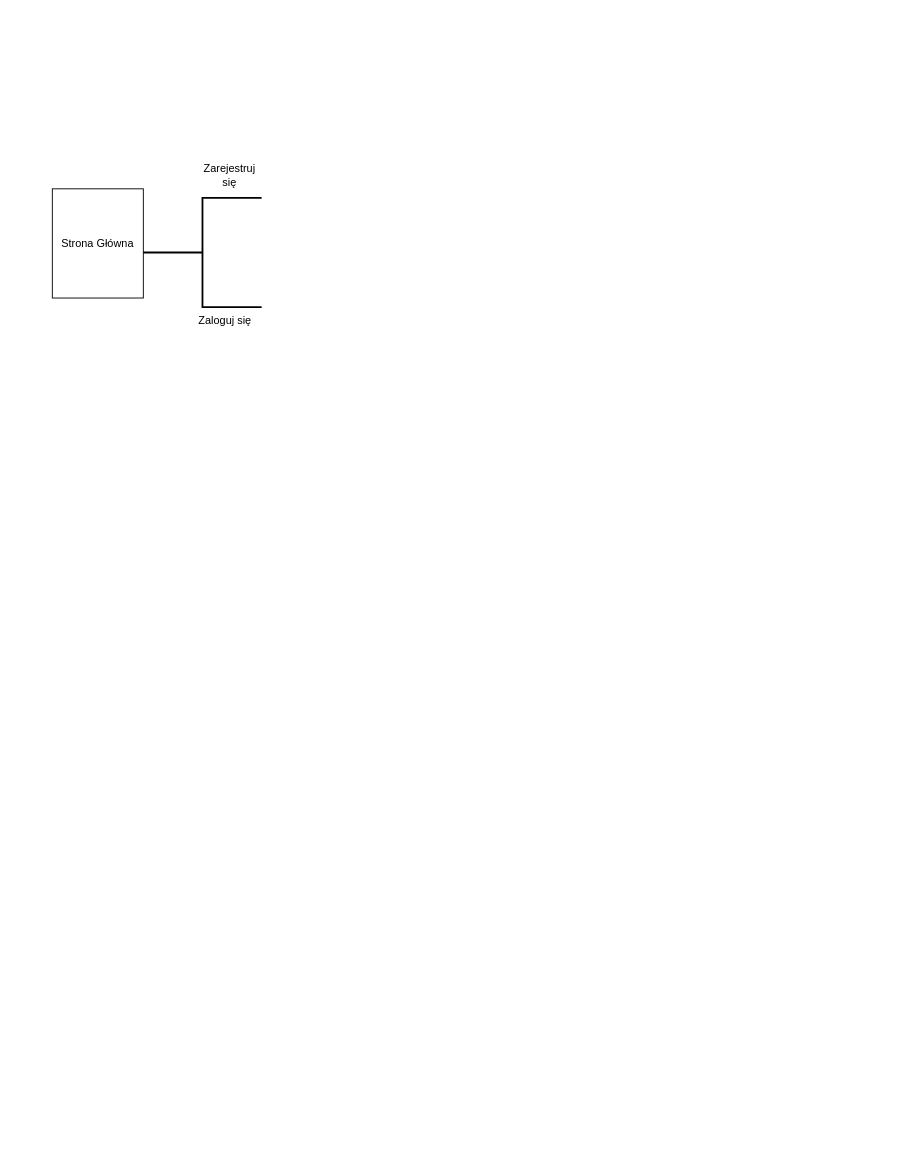
Above: Untitled Diagram.drawio in OskarTwarowski/drawioSport (draw.io), before the change. Source tidied: cells renumbered, new cells numbered last; positions are measured from the earlier drawing's top-left corner, leaving out a move shared by most shapes. Both pictures are drawn from the tidied source at 91%, with x=0, y=0 at pixel (52, 161).
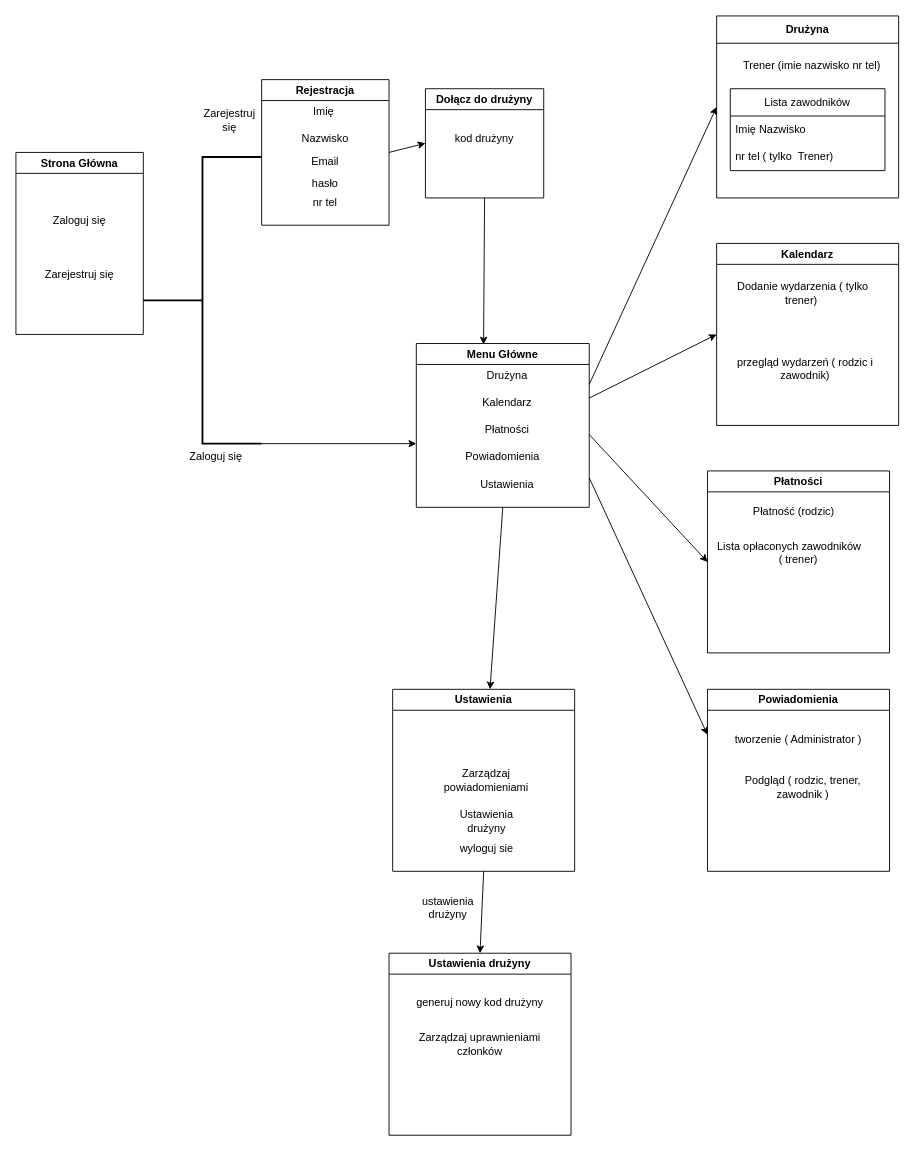
Above is the later version.

What changed in the source:
```diff
@@
-    <mxCell id="2" value="Strona Główna" style="rounded=0;whiteSpace=wrap;html=1;align=center;" parent="1" vertex="1">
-      <mxGeometry y="30" width="100" height="120" as="geometry" />
-    </mxCell>
     <mxCell id="3" style="strokeWidth=2;html=1;shape=mxgraph.flowchart.annotation_2;align=left;labelPosition=right;" parent="1" vertex="1">
-      <mxGeometry x="100" y="40" width="130" height="120" as="geometry" />
+      <mxGeometry x="100" y="-5" width="130" height="315" as="geometry" />
     </mxCell>
     <mxCell id="4" value="Zaloguj się" style="text;html=1;align=center;verticalAlign=middle;whiteSpace=wrap;rounded=0;" parent="1" vertex="1">
-      <mxGeometry x="150" y="160" width="80" height="30" as="geometry" />
+      <mxGeometry x="140" y="310" width="80" height="30" as="geometry" />
     </mxCell>
     <mxCell id="5" value="Zarejestruj się" style="text;html=1;align=center;verticalAlign=middle;whiteSpace=wrap;rounded=0;" parent="1" vertex="1">
-      <mxGeometry x="160" width="70" height="30" as="geometry" />
+      <mxGeometry x="160" y="-60" width="70" height="30" as="geometry" />
     </mxCell>
+    <mxCell id="2" value="Strona Główna" style="swimlane;whiteSpace=wrap;html=1;gradientColor=default;fillColor=none;rounded=0;labelBackgroundColor=none;" parent="1" vertex="1">
+      <mxGeometry x="-40" y="-10" width="140" height="200" as="geometry" />
+    </mxCell>
+    <mxCell id="6" value="Zaloguj się" style="text;html=1;align=center;verticalAlign=middle;whiteSpace=wrap;rounded=0;" parent="2" vertex="1">
+      <mxGeometry y="60" width="140" height="30" as="geometry" />
+    </mxCell>
+    <mxCell id="7" value="Zarejestruj się" style="text;html=1;align=center;verticalAlign=middle;whiteSpace=wrap;rounded=0;" parent="2" vertex="1">
+      <mxGeometry y="120" width="140" height="30" as="geometry" />
+    </mxCell>
+    <mxCell id="8" value="Rejestracja" style="swimlane;whiteSpace=wrap;html=1;" parent="1" vertex="1">
+      <mxGeometry x="230" y="-90" width="140" height="160" as="geometry" />
+    </mxCell>
+    <mxCell id="9" value="Imię&amp;nbsp;" style="text;html=1;align=center;verticalAlign=middle;whiteSpace=wrap;rounded=0;" parent="8" vertex="1">
+      <mxGeometry y="20" width="140" height="30" as="geometry" />
+    </mxCell>
+    <mxCell id="10" value="Nazwisko" style="text;html=1;align=center;verticalAlign=middle;whiteSpace=wrap;rounded=0;" parent="8" vertex="1">
+      <mxGeometry x="40" y="50" width="60" height="30" as="geometry" />
+    </mxCell>
+    <mxCell id="11" value="Email" style="text;html=1;align=center;verticalAlign=middle;whiteSpace=wrap;rounded=0;" parent="8" vertex="1">
+      <mxGeometry x="40" y="75" width="60" height="30" as="geometry" />
+    </mxCell>
+    <mxCell id="12" value="hasło" style="text;html=1;align=center;verticalAlign=middle;whiteSpace=wrap;rounded=0;" parent="8" vertex="1">
+      <mxGeometry x="40" y="100" width="60" height="30" as="geometry" />
+    </mxCell>
+    <mxCell id="13" value="nr tel" style="text;html=1;align=center;verticalAlign=middle;whiteSpace=wrap;rounded=0;" parent="8" vertex="1">
+      <mxGeometry x="35" y="120" width="70" height="30" as="geometry" />
+    </mxCell>
+    <mxCell id="14" value="Menu Główne" style="swimlane;whiteSpace=wrap;html=1;" parent="1" vertex="1">
+      <mxGeometry x="400" y="200" width="190" height="180" as="geometry" />
+    </mxCell>
+    <mxCell id="15" value="Drużyna" style="text;html=1;align=center;verticalAlign=middle;whiteSpace=wrap;rounded=0;" parent="14" vertex="1">
+      <mxGeometry x="30" y="20" width="140" height="30" as="geometry" />
+    </mxCell>
+    <mxCell id="16" value="Kalendarz" style="text;html=1;align=center;verticalAlign=middle;whiteSpace=wrap;rounded=0;" parent="14" vertex="1">
+      <mxGeometry x="30" y="50" width="140" height="30" as="geometry" />
+    </mxCell>
+    <mxCell id="17" value="Płatności" style="text;html=1;align=center;verticalAlign=middle;whiteSpace=wrap;rounded=0;" parent="14" vertex="1">
+      <mxGeometry x="40" y="80" width="120" height="30" as="geometry" />
+    </mxCell>
+    <mxCell id="18" value="Ustawienia" style="text;html=1;align=center;verticalAlign=middle;whiteSpace=wrap;rounded=0;" parent="14" vertex="1">
+      <mxGeometry x="10" y="140" width="180" height="30" as="geometry" />
+    </mxCell>
+    <mxCell id="19" value="Powiadomienia" style="text;html=1;align=center;verticalAlign=middle;whiteSpace=wrap;rounded=0;" parent="14" vertex="1">
+      <mxGeometry x="40" y="110" width="110" height="30" as="geometry" />
+    </mxCell>
+    <mxCell id="20" style="endArrow=classic;html=1;rounded=0;exitX=1;exitY=1;exitDx=0;exitDy=0;exitPerimeter=0;" parent="1" edge="1" source="3">
+      <mxGeometry relative="1" as="geometry">
+        <mxPoint x="400" y="310" as="targetPoint" />
+      </mxGeometry>
+    </mxCell>
+    <mxCell id="21" value="Dołącz do drużyny" style="swimlane;whiteSpace=wrap;html=1;" parent="1" vertex="1">
+      <mxGeometry x="410" y="-80" width="130" height="120" as="geometry" />
+    </mxCell>
+    <mxCell id="22" value="kod drużyny" style="text;html=1;align=center;verticalAlign=middle;whiteSpace=wrap;rounded=0;" parent="21" vertex="1">
+      <mxGeometry x="25" y="40" width="80" height="30" as="geometry" />
+    </mxCell>
+    <mxCell id="23" style="endArrow=classic;html=1;rounded=0;exitX=1;exitY=0.5;exitDx=0;exitDy=0;entryX=0;entryY=0.5;entryDx=0;entryDy=0;" parent="1" edge="1" source="8" target="21">
+      <mxGeometry relative="1" as="geometry" />
+    </mxCell>
+    <mxCell id="24" style="endArrow=classic;html=1;rounded=0;exitX=0.5;exitY=1;exitDx=0;exitDy=0;entryX=0.389;entryY=0.006;entryDx=0;entryDy=0;entryPerimeter=0;" parent="1" edge="1" source="21" target="14">
+      <mxGeometry relative="1" as="geometry" />
+    </mxCell>
+    <mxCell id="25" value="Powiadomienia" style="swimlane;whiteSpace=wrap;html=1;" parent="1" vertex="1">
+      <mxGeometry x="720" y="580" width="200" height="200" as="geometry" />
+    </mxCell>
+    <mxCell id="26" value="tworzenie ( Administrator )" style="text;html=1;align=center;verticalAlign=middle;whiteSpace=wrap;rounded=0;" parent="25" vertex="1">
+      <mxGeometry x="10" y="40" width="180" height="30" as="geometry" />
+    </mxCell>
+    <mxCell id="27" value="Podgląd ( rodzic, trener, zawodnik )" style="text;html=1;align=center;verticalAlign=middle;whiteSpace=wrap;rounded=0;" parent="25" vertex="1">
+      <mxGeometry x="20" y="85" width="170" height="45" as="geometry" />
+    </mxCell>
+    <mxCell id="28" value="Płatności" style="swimlane;whiteSpace=wrap;html=1;" parent="1" vertex="1">
+      <mxGeometry x="720" y="340" width="200" height="200" as="geometry" />
+    </mxCell>
+    <mxCell id="29" value="Płatność (rodzic)" style="text;html=1;align=center;verticalAlign=middle;whiteSpace=wrap;rounded=0;" parent="28" vertex="1">
+      <mxGeometry x="10" y="30" width="170" height="30" as="geometry" />
+    </mxCell>
+    <mxCell id="30" value="Lista opłaconych zawodników &amp;nbsp; &amp;nbsp; &amp;nbsp; &amp;nbsp;( trener)&amp;nbsp;" style="text;html=1;align=center;verticalAlign=middle;whiteSpace=wrap;rounded=0;" parent="28" vertex="1">
+      <mxGeometry x="5" y="60" width="190" height="60" as="geometry" />
+    </mxCell>
+    <mxCell id="31" value="Kalendarz" style="swimlane;whiteSpace=wrap;html=1;" parent="1" vertex="1">
+      <mxGeometry x="730" y="90" width="200" height="200" as="geometry" />
+    </mxCell>
+    <mxCell id="32" value="Dodanie wydarzenia ( tylko trener)&amp;nbsp;" style="text;html=1;align=center;verticalAlign=middle;whiteSpace=wrap;rounded=0;" parent="31" vertex="1">
+      <mxGeometry x="10" y="40" width="170" height="30" as="geometry" />
+    </mxCell>
+    <mxCell id="33" value="przegląd wydarzeń ( rodzic i zawodnik)" style="text;html=1;align=center;verticalAlign=middle;whiteSpace=wrap;rounded=0;" parent="31" vertex="1">
+      <mxGeometry x="15" y="85" width="165" height="105" as="geometry" />
+    </mxCell>
+    <mxCell id="34" value="Drużyna" style="swimlane;whiteSpace=wrap;html=1;startSize=30;" parent="1" vertex="1">
+      <mxGeometry x="730" y="-160" width="200" height="200" as="geometry" />
+    </mxCell>
+    <mxCell id="35" value="Trener (imie nazwisko nr tel)" style="text;html=1;align=center;verticalAlign=middle;whiteSpace=wrap;rounded=0;" parent="34" vertex="1">
+      <mxGeometry x="10" y="40" width="190" height="30" as="geometry" />
+    </mxCell>
+    <mxCell id="36" value="Lista zawodników" style="swimlane;fontStyle=0;horizontal=1;startSize=30;whiteSpace=wrap;html=1;" parent="34" vertex="1">
+      <mxGeometry x="15" y="80" width="170" height="90" as="geometry" />
+    </mxCell>
+    <mxCell id="37" value="Imię Nazwisko&amp;nbsp;" style="text;strokeColor=none;fillColor=none;align=left;verticalAlign=middle;spacingLeft=4;spacingRight=4;overflow=hidden;whiteSpace=wrap;html=1;" parent="36" vertex="1">
+      <mxGeometry y="30" width="170" height="30" as="geometry" />
+    </mxCell>
+    <mxCell id="38" value="nr tel ( tylko &amp;nbsp;Trener)" style="text;strokeColor=none;fillColor=none;align=left;verticalAlign=middle;spacingLeft=4;spacingRight=4;overflow=hidden;whiteSpace=wrap;html=1;" parent="36" vertex="1">
+      <mxGeometry y="60" width="170" height="30" as="geometry" />
+    </mxCell>
+    <mxCell id="39" value="Ustawienia" style="swimlane;whiteSpace=wrap;html=1;" parent="1" vertex="1">
+      <mxGeometry x="374" y="580" width="200" height="200" as="geometry" />
+    </mxCell>
+    <mxCell id="40" value="wyloguj sie" style="text;html=1;align=center;verticalAlign=middle;whiteSpace=wrap;rounded=0;" parent="39" vertex="1">
+      <mxGeometry x="64.5" y="160" width="77" height="30" as="geometry" />
+    </mxCell>
+    <mxCell id="41" value="Ustawienia drużyny" style="text;html=1;align=center;verticalAlign=middle;whiteSpace=wrap;rounded=0;" parent="39" vertex="1">
+      <mxGeometry x="64.5" y="130" width="77" height="30" as="geometry" />
+    </mxCell>
+    <mxCell id="42" value="Zarządzaj powiadomieniami" style="text;html=1;align=center;verticalAlign=middle;whiteSpace=wrap;rounded=0;" parent="39" vertex="1">
+      <mxGeometry x="60.2" y="85" width="85.5" height="30" as="geometry" />
+    </mxCell>
+    <mxCell id="43" style="endArrow=classic;html=1;rounded=0;exitX=1;exitY=0.25;exitDx=0;exitDy=0;entryX=0;entryY=0.5;entryDx=0;entryDy=0;" parent="1" edge="1" source="14" target="34">
+      <mxGeometry relative="1" as="geometry" />
+    </mxCell>
+    <mxCell id="44" style="endArrow=classic;html=1;rounded=0;entryX=0;entryY=0.5;entryDx=0;entryDy=0;" parent="1" edge="1" target="31">
+      <mxGeometry relative="1" as="geometry">
+        <mxPoint x="590" y="260" as="sourcePoint" />
+      </mxGeometry>
+    </mxCell>
+    <mxCell id="45" style="endArrow=classic;html=1;rounded=0;entryX=0;entryY=0.5;entryDx=0;entryDy=0;" parent="1" edge="1" target="28">
+      <mxGeometry relative="1" as="geometry">
+        <mxPoint x="590" y="300" as="sourcePoint" />
+      </mxGeometry>
+    </mxCell>
+    <mxCell id="46" style="endArrow=classic;html=1;rounded=0;exitX=1;exitY=0.25;exitDx=0;exitDy=0;entryX=0;entryY=0.25;entryDx=0;entryDy=0;" parent="1" edge="1" source="18" target="25">
+      <mxGeometry relative="1" as="geometry" />
+    </mxCell>
+    <mxCell id="47" style="endArrow=classic;html=1;rounded=0;exitX=0.5;exitY=1;exitDx=0;exitDy=0;" parent="1" edge="1" source="14" target="39">
+      <mxGeometry relative="1" as="geometry" />
+    </mxCell>
+    <mxCell id="48" value="Ustawienia drużyny" style="swimlane;whiteSpace=wrap;html=1;" parent="1" vertex="1">
+      <mxGeometry x="370" y="870" width="200" height="200" as="geometry" />
+    </mxCell>
+    <mxCell id="49" value="generuj nowy kod drużyny" style="text;html=1;align=center;verticalAlign=middle;whiteSpace=wrap;rounded=0;" parent="48" vertex="1">
+      <mxGeometry x="20" y="40" width="160" height="30" as="geometry" />
+    </mxCell>
+    <mxCell id="50" value="Zarządzaj uprawnieniami członków" style="text;html=1;align=center;verticalAlign=middle;whiteSpace=wrap;rounded=0;" parent="48" vertex="1">
+      <mxGeometry x="20" y="85" width="160" height="30" as="geometry" />
+    </mxCell>
+    <mxCell id="51" style="endArrow=classic;html=1;rounded=0;exitX=0.5;exitY=1;exitDx=0;exitDy=0;entryX=0.5;entryY=0;entryDx=0;entryDy=0;" parent="1" edge="1" source="39" target="48">
+      <mxGeometry relative="1" as="geometry" />
+    </mxCell>
+    <mxCell id="52" value="ustawienia drużyny" style="text;html=1;align=center;verticalAlign=middle;whiteSpace=wrap;rounded=0;rotation=0;" parent="1" vertex="1">
+      <mxGeometry x="400" y="800" width="70" height="40" as="geometry" />
+    </mxCell>
```
